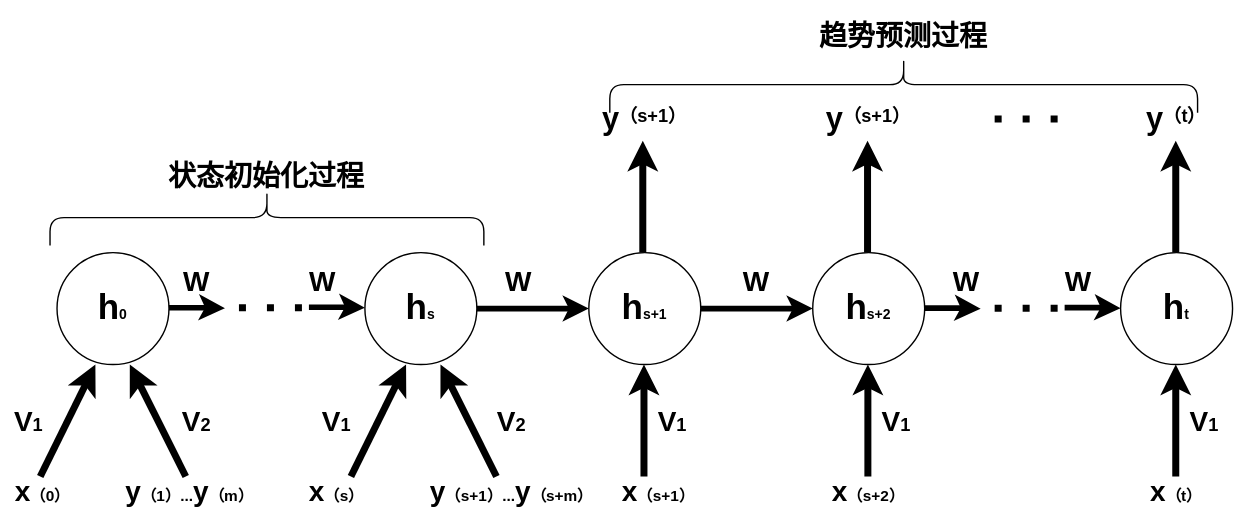
The draw.io diagram model.svg in qiushirong000/mini_graphic_system, before a commit. Source tidied: cells renumbered, new cells last; positions are measured from the earlier drawing's top-left corner, leaving out a move shared by most shapes.
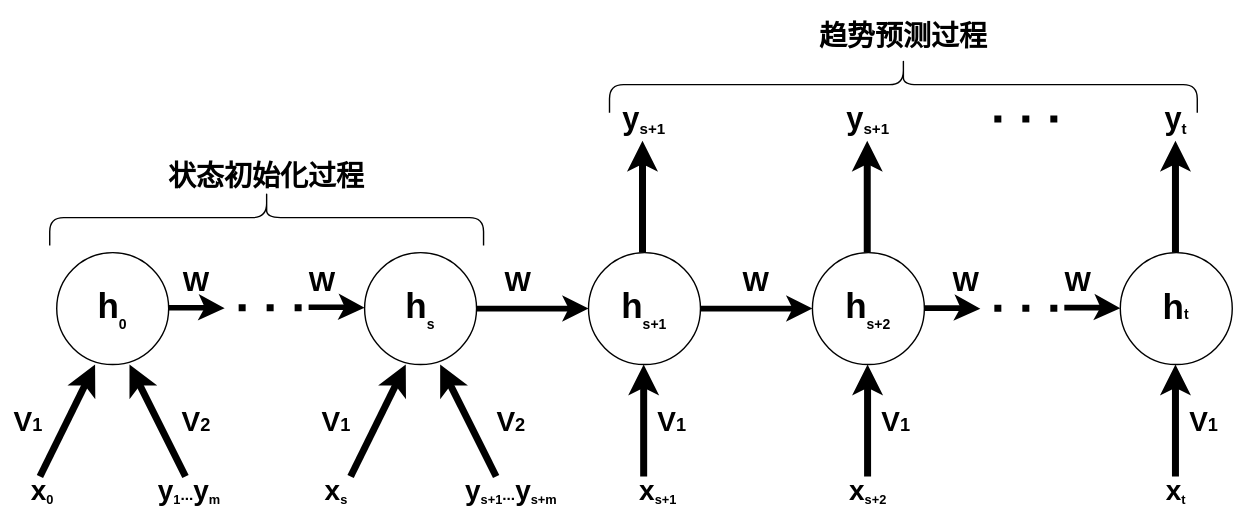
Above is the later version.

Change to the diagram source:
```diff
@@ -5,16 +5,16 @@
     <mxCell id="2" style="edgeStyle=orthogonalEdgeStyle;rounded=0;jettySize=auto;html=1;strokeWidth=4;fontStyle=1;" parent="1" edge="1" source="3" target="5">
       <mxGeometry relative="1" as="geometry" />
     </mxCell>
-    <mxCell id="3" value="&lt;div&gt;&lt;font&gt;&lt;sup&gt;&lt;span style=&quot;font-size: 25px&quot;&gt;h&lt;/span&gt;&lt;span&gt;s&lt;/span&gt;&lt;/sup&gt;&lt;/font&gt;&lt;/div&gt;" style="ellipse;whiteSpace=wrap;html=1;align=center;fontStyle=1;" parent="1" vertex="1">
+    <mxCell id="3" value="&lt;div&gt;&lt;font&gt;&lt;span style=&quot;vertical-align: super ; font-size: 25px&quot;&gt;h&lt;/span&gt;&lt;sub&gt;s&lt;/sub&gt;&lt;/font&gt;&lt;/div&gt;" style="ellipse;whiteSpace=wrap;html=1;align=center;fontStyle=1;" parent="1" vertex="1">
       <mxGeometry x="260" y="330" width="80" height="80" as="geometry" />
     </mxCell>
     <mxCell id="4" style="edgeStyle=orthogonalEdgeStyle;rounded=0;jettySize=auto;html=1;strokeWidth=4;fontStyle=1;" parent="1" edge="1" source="5" target="6">
       <mxGeometry relative="1" as="geometry" />
     </mxCell>
-    <mxCell id="5" value="&lt;font style=&quot;text-align: right&quot;&gt;&lt;sup&gt;&lt;span style=&quot;font-size: 25px&quot;&gt;h&lt;/span&gt;&lt;span&gt;s+1&lt;/span&gt;&lt;/sup&gt;&lt;/font&gt;" style="ellipse;whiteSpace=wrap;html=1;fontStyle=1;" parent="1" vertex="1">
+    <mxCell id="5" value="&lt;font style=&quot;text-align: right&quot;&gt;&lt;span style=&quot;vertical-align: super ; font-size: 25px&quot;&gt;h&lt;/span&gt;&lt;sub&gt;s+1&lt;/sub&gt;&lt;/font&gt;" style="ellipse;whiteSpace=wrap;html=1;fontStyle=1;" parent="1" vertex="1">
       <mxGeometry x="420" y="330" width="80" height="80" as="geometry" />
     </mxCell>
-    <mxCell id="6" value="&lt;font style=&quot;text-align: right&quot;&gt;&lt;sup&gt;&lt;span style=&quot;font-size: 25px&quot;&gt;h&lt;/span&gt;&lt;span&gt;s+2&lt;/span&gt;&lt;/sup&gt;&lt;/font&gt;" style="ellipse;whiteSpace=wrap;html=1;fontStyle=1;" parent="1" vertex="1">
+    <mxCell id="6" value="&lt;font style=&quot;text-align: right&quot;&gt;&lt;span style=&quot;vertical-align: super ; font-size: 25px&quot;&gt;h&lt;/span&gt;&lt;sub&gt;s+2&lt;/sub&gt;&lt;/font&gt;" style="ellipse;whiteSpace=wrap;html=1;fontStyle=1;" parent="1" vertex="1">
       <mxGeometry x="580" y="330" width="80" height="80" as="geometry" />
     </mxCell>
     <mxCell id="7" style="edgeStyle=orthogonalEdgeStyle;rounded=0;orthogonalLoop=1;jettySize=auto;html=1;strokeWidth=4;fontStyle=1;" parent="1" edge="1">
@@ -37,7 +37,7 @@
         </Array>
       </mxGeometry>
     </mxCell>
-    <mxCell id="9" value="&lt;font style=&quot;text-align: right&quot;&gt;&lt;sup&gt;&lt;span style=&quot;font-size: 25px&quot;&gt;h&lt;/span&gt;&lt;span&gt;0&lt;/span&gt;&lt;/sup&gt;&lt;/font&gt;" style="ellipse;whiteSpace=wrap;html=1;fontStyle=1;" parent="1" vertex="1">
+    <mxCell id="9" value="&lt;font style=&quot;text-align: right&quot;&gt;&lt;span style=&quot;vertical-align: super ; font-size: 25px&quot;&gt;h&lt;/span&gt;&lt;sub&gt;0&lt;/sub&gt;&lt;/font&gt;" style="ellipse;whiteSpace=wrap;html=1;fontStyle=1;" parent="1" vertex="1">
       <mxGeometry x="40" y="330" width="80" height="80" as="geometry" />
     </mxCell>
     <mxCell id="10" style="endArrow=none;dashed=1;html=1;dashPattern=1 3;strokeWidth=5;endSize=7;fontStyle=1;" parent="1" edge="1">
@@ -138,25 +138,25 @@
     <mxCell id="25" value="&lt;font style=&quot;font-size: 20px&quot;&gt;V&lt;/font&gt;&lt;font style=&quot;font-size: 13px&quot;&gt;1&lt;/font&gt;" style="text;html=1;strokeColor=none;fillColor=none;align=center;verticalAlign=middle;whiteSpace=wrap;rounded=0;fontStyle=1;" parent="1" vertex="1">
       <mxGeometry y="440" width="40" height="20" as="geometry" />
     </mxCell>
-    <mxCell id="26" value="&lt;span&gt;&lt;span style=&quot;font-size: 20px&quot;&gt;x&lt;/span&gt;&lt;font style=&quot;font-size: 11px&quot;&gt;（0）&lt;/font&gt;&lt;/span&gt;" style="text;html=1;strokeColor=none;fillColor=none;align=center;verticalAlign=middle;whiteSpace=wrap;rounded=0;fontStyle=1;" parent="1" vertex="1">
+    <mxCell id="26" value="&lt;span&gt;&lt;span style=&quot;font-size: 20px&quot;&gt;x&lt;/span&gt;&lt;font style=&quot;font-size: 11px&quot;&gt;&lt;sub&gt;0&lt;/sub&gt;&lt;/font&gt;&lt;/span&gt;" style="text;html=1;strokeColor=none;fillColor=none;align=center;verticalAlign=middle;whiteSpace=wrap;rounded=0;fontStyle=1;" parent="1" vertex="1">
       <mxGeometry y="490" width="60" height="20" as="geometry" />
     </mxCell>
-    <mxCell id="27" value="&lt;span&gt;&lt;font style=&quot;font-size: 20px&quot;&gt;y&lt;/font&gt;&lt;font style=&quot;font-size: 11px&quot;&gt;（1）...&lt;/font&gt;&lt;font style=&quot;font-size: 20px&quot;&gt;y&lt;/font&gt;&lt;font style=&quot;font-size: 11px&quot;&gt;（m）&lt;/font&gt;&lt;/span&gt;" style="text;html=1;strokeColor=none;fillColor=none;align=center;verticalAlign=middle;whiteSpace=wrap;rounded=0;fontStyle=1;" parent="1" vertex="1">
+    <mxCell id="27" value="&lt;font style=&quot;font-size: 20px&quot;&gt;y&lt;/font&gt;&lt;font style=&quot;font-size: 11px&quot;&gt;&lt;sub&gt;1&lt;/sub&gt;...&lt;/font&gt;&lt;font style=&quot;font-size: 20px&quot;&gt;y&lt;/font&gt;&lt;font style=&quot;font-size: 11px&quot;&gt;&lt;sub&gt;m&lt;/sub&gt;&lt;/font&gt;" style="text;html=1;strokeColor=none;fillColor=none;align=center;verticalAlign=middle;whiteSpace=wrap;rounded=0;fontStyle=1;" parent="1" vertex="1">
       <mxGeometry x="60" y="490" width="150" height="20" as="geometry" />
     </mxCell>
-    <mxCell id="28" value="&lt;span&gt;&lt;span style=&quot;font-size: 20px&quot;&gt;x&lt;/span&gt;&lt;font style=&quot;font-size: 11px&quot;&gt;（s）&lt;/font&gt;&lt;/span&gt;" style="text;html=1;strokeColor=none;fillColor=none;align=center;verticalAlign=middle;whiteSpace=wrap;rounded=0;fontStyle=1;" parent="1" vertex="1">
+    <mxCell id="28" value="&lt;span&gt;&lt;span style=&quot;font-size: 20px&quot;&gt;x&lt;/span&gt;&lt;font style=&quot;font-size: 11px&quot;&gt;&lt;sub&gt;s&lt;/sub&gt;&lt;/font&gt;&lt;/span&gt;" style="text;html=1;strokeColor=none;fillColor=none;align=center;verticalAlign=middle;whiteSpace=wrap;rounded=0;fontStyle=1;" parent="1" vertex="1">
       <mxGeometry x="210" y="490" width="60" height="20" as="geometry" />
     </mxCell>
-    <mxCell id="29" value="&lt;span&gt;&lt;font style=&quot;font-size: 20px&quot;&gt;y&lt;/font&gt;&lt;font style=&quot;font-size: 11px&quot;&gt;（s+1）...&lt;/font&gt;&lt;font style=&quot;font-size: 20px&quot;&gt;y&lt;/font&gt;&lt;font style=&quot;font-size: 11px&quot;&gt;（s+m）&lt;/font&gt;&lt;/span&gt;" style="text;html=1;strokeColor=none;fillColor=none;align=center;verticalAlign=middle;whiteSpace=wrap;rounded=0;fontStyle=1;" parent="1" vertex="1">
+    <mxCell id="29" value="&lt;font style=&quot;font-size: 20px&quot;&gt;y&lt;/font&gt;&lt;font style=&quot;font-size: 11px&quot;&gt;&lt;sub&gt;s+1&lt;/sub&gt;...&lt;/font&gt;&lt;font style=&quot;font-size: 20px&quot;&gt;y&lt;/font&gt;&lt;font style=&quot;font-size: 11px&quot;&gt;&lt;sub&gt;s+m&lt;/sub&gt;&lt;/font&gt;" style="text;html=1;strokeColor=none;fillColor=none;align=center;verticalAlign=middle;whiteSpace=wrap;rounded=0;fontStyle=1;" parent="1" vertex="1">
       <mxGeometry x="290" y="490" width="150" height="20" as="geometry" />
     </mxCell>
-    <mxCell id="30" value="&lt;span&gt;&lt;span style=&quot;font-size: 20px&quot;&gt;x&lt;/span&gt;&lt;font style=&quot;font-size: 11px&quot;&gt;（s+1）&lt;/font&gt;&lt;/span&gt;" style="text;html=1;strokeColor=none;fillColor=none;align=center;verticalAlign=middle;whiteSpace=wrap;rounded=0;fontStyle=1;" parent="1" vertex="1">
+    <mxCell id="30" value="&lt;span&gt;&lt;span style=&quot;font-size: 20px&quot;&gt;x&lt;/span&gt;&lt;font style=&quot;font-size: 11px&quot;&gt;&lt;sub&gt;s+1&lt;/sub&gt;&lt;/font&gt;&lt;/span&gt;" style="text;html=1;strokeColor=none;fillColor=none;align=center;verticalAlign=middle;whiteSpace=wrap;rounded=0;fontStyle=1;" parent="1" vertex="1">
       <mxGeometry x="440" y="490" width="60" height="20" as="geometry" />
     </mxCell>
-    <mxCell id="31" value="&lt;span&gt;&lt;span style=&quot;font-size: 20px&quot;&gt;x&lt;/span&gt;&lt;font style=&quot;font-size: 11px&quot;&gt;（s+2）&lt;/font&gt;&lt;/span&gt;" style="text;html=1;strokeColor=none;fillColor=none;align=center;verticalAlign=middle;whiteSpace=wrap;rounded=0;fontStyle=1;" parent="1" vertex="1">
+    <mxCell id="31" value="&lt;span&gt;&lt;span style=&quot;font-size: 20px&quot;&gt;x&lt;/span&gt;&lt;font style=&quot;font-size: 11px&quot;&gt;&lt;sub&gt;s+2&lt;/sub&gt;&lt;/font&gt;&lt;/span&gt;" style="text;html=1;strokeColor=none;fillColor=none;align=center;verticalAlign=middle;whiteSpace=wrap;rounded=0;fontStyle=1;" parent="1" vertex="1">
       <mxGeometry x="590" y="490" width="60" height="20" as="geometry" />
     </mxCell>
-    <mxCell id="32" value="&lt;span&gt;&lt;span style=&quot;font-size: 20px&quot;&gt;x&lt;/span&gt;&lt;font style=&quot;font-size: 11px&quot;&gt;（t）&lt;/font&gt;&lt;/span&gt;" style="text;html=1;strokeColor=none;fillColor=none;align=center;verticalAlign=middle;whiteSpace=wrap;rounded=0;fontStyle=1;" parent="1" vertex="1">
+    <mxCell id="32" value="&lt;span&gt;&lt;span style=&quot;font-size: 20px&quot;&gt;x&lt;/span&gt;&lt;font style=&quot;font-size: 11px&quot;&gt;&lt;sub&gt;t&lt;/sub&gt;&lt;/font&gt;&lt;/span&gt;" style="text;html=1;strokeColor=none;fillColor=none;align=center;verticalAlign=middle;whiteSpace=wrap;rounded=0;fontStyle=1;" parent="1" vertex="1">
       <mxGeometry x="810" y="490" width="60" height="20" as="geometry" />
     </mxCell>
     <mxCell id="33" value="&lt;font style=&quot;font-size: 20px&quot;&gt;W&lt;/font&gt;" style="text;html=1;strokeColor=none;fillColor=none;align=center;verticalAlign=middle;whiteSpace=wrap;rounded=0;fontStyle=1;" parent="1" vertex="1">
@@ -177,13 +177,13 @@
     <mxCell id="38" value="&lt;font style=&quot;font-size: 20px&quot;&gt;&lt;span&gt;W&lt;/span&gt;&lt;/font&gt;" style="text;html=1;strokeColor=none;fillColor=none;align=center;verticalAlign=middle;whiteSpace=wrap;rounded=0;fontStyle=1;" parent="1" vertex="1">
       <mxGeometry x="750" y="340" width="40" height="20" as="geometry" />
     </mxCell>
-    <mxCell id="39" value="&lt;font style=&quot;font-size: 22px&quot;&gt;y&lt;/font&gt;&lt;sup&gt;&lt;font style=&quot;font-size: 13px&quot;&gt;&lt;span&gt;（s+1）&lt;/span&gt;&lt;/font&gt;&lt;/sup&gt;" style="text;html=1;strokeColor=none;fillColor=none;align=center;verticalAlign=middle;whiteSpace=wrap;rounded=0;fontStyle=1;" parent="1" vertex="1">
+    <mxCell id="39" value="&lt;font style=&quot;font-size: 22px&quot;&gt;y&lt;/font&gt;&lt;font style=&quot;font-size: 13px&quot;&gt;&lt;sub&gt;s+1&lt;/sub&gt;&lt;/font&gt;" style="text;html=1;strokeColor=none;fillColor=none;align=center;verticalAlign=middle;whiteSpace=wrap;rounded=0;fontStyle=1;" parent="1" vertex="1">
       <mxGeometry x="410" y="220" width="100" height="30" as="geometry" />
     </mxCell>
-    <mxCell id="40" value="&lt;font style=&quot;font-size: 22px&quot;&gt;y&lt;/font&gt;&lt;sup&gt;&lt;font style=&quot;font-size: 13px&quot;&gt;&lt;span&gt;（s+1）&lt;/span&gt;&lt;/font&gt;&lt;/sup&gt;" style="text;html=1;strokeColor=none;fillColor=none;align=center;verticalAlign=middle;whiteSpace=wrap;rounded=0;fontStyle=1;" parent="1" vertex="1">
+    <mxCell id="40" value="&lt;font style=&quot;font-size: 22px&quot;&gt;y&lt;/font&gt;&lt;font style=&quot;font-size: 13px&quot;&gt;&lt;sub&gt;s+1&lt;/sub&gt;&lt;/font&gt;" style="text;html=1;strokeColor=none;fillColor=none;align=center;verticalAlign=middle;whiteSpace=wrap;rounded=0;fontStyle=1;" parent="1" vertex="1">
       <mxGeometry x="570" y="220" width="100" height="30" as="geometry" />
     </mxCell>
-    <mxCell id="41" value="&lt;font style=&quot;font-size: 22px&quot;&gt;y&lt;/font&gt;&lt;sup&gt;&lt;font style=&quot;font-size: 13px&quot;&gt;&lt;span&gt;（t）&lt;/span&gt;&lt;/font&gt;&lt;/sup&gt;" style="text;html=1;strokeColor=none;fillColor=none;align=center;verticalAlign=middle;whiteSpace=wrap;rounded=0;fontStyle=1;" parent="1" vertex="1">
+    <mxCell id="41" value="&lt;font style=&quot;font-size: 22px&quot;&gt;y&lt;/font&gt;&lt;font style=&quot;font-size: 13px&quot;&gt;&lt;sub&gt;t&lt;/sub&gt;&lt;/font&gt;" style="text;html=1;strokeColor=none;fillColor=none;align=center;verticalAlign=middle;whiteSpace=wrap;rounded=0;fontStyle=1;" parent="1" vertex="1">
       <mxGeometry x="790" y="220" width="100" height="30" as="geometry" />
     </mxCell>
     <mxCell id="42" style="shape=curlyBracket;whiteSpace=wrap;html=1;rounded=1;flipH=1;rotation=-90;fontStyle=1;" parent="1" vertex="1">
```
